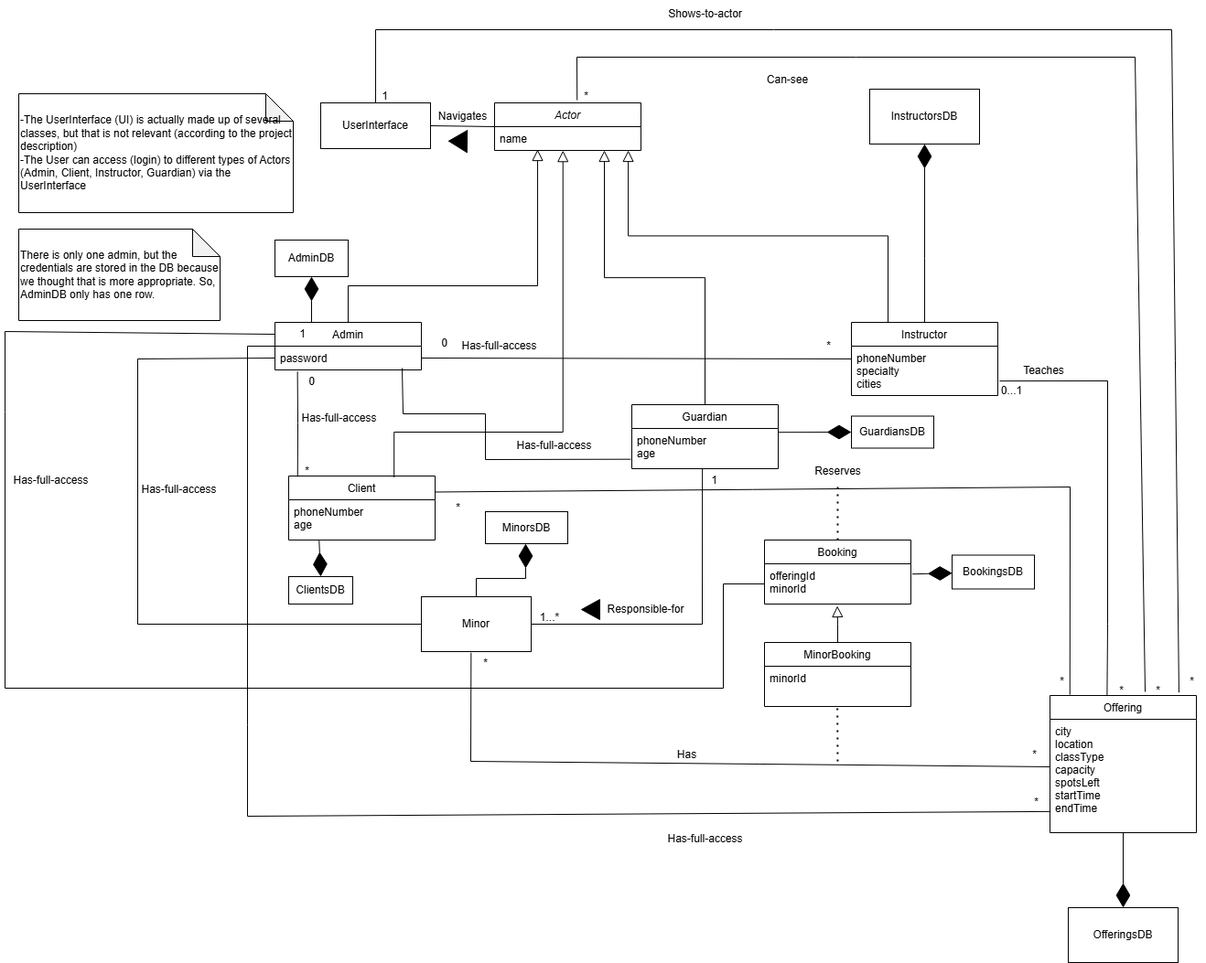
Earlier version of the draw.io export Artifacts/Domain Model.drawio.png (aleckira/SOEN_342_PROJECT). Source tidied: cells renumbered, new cells last; positions are measured from the earlier drawing's top-left corner, leaving out a move shared by most shapes.
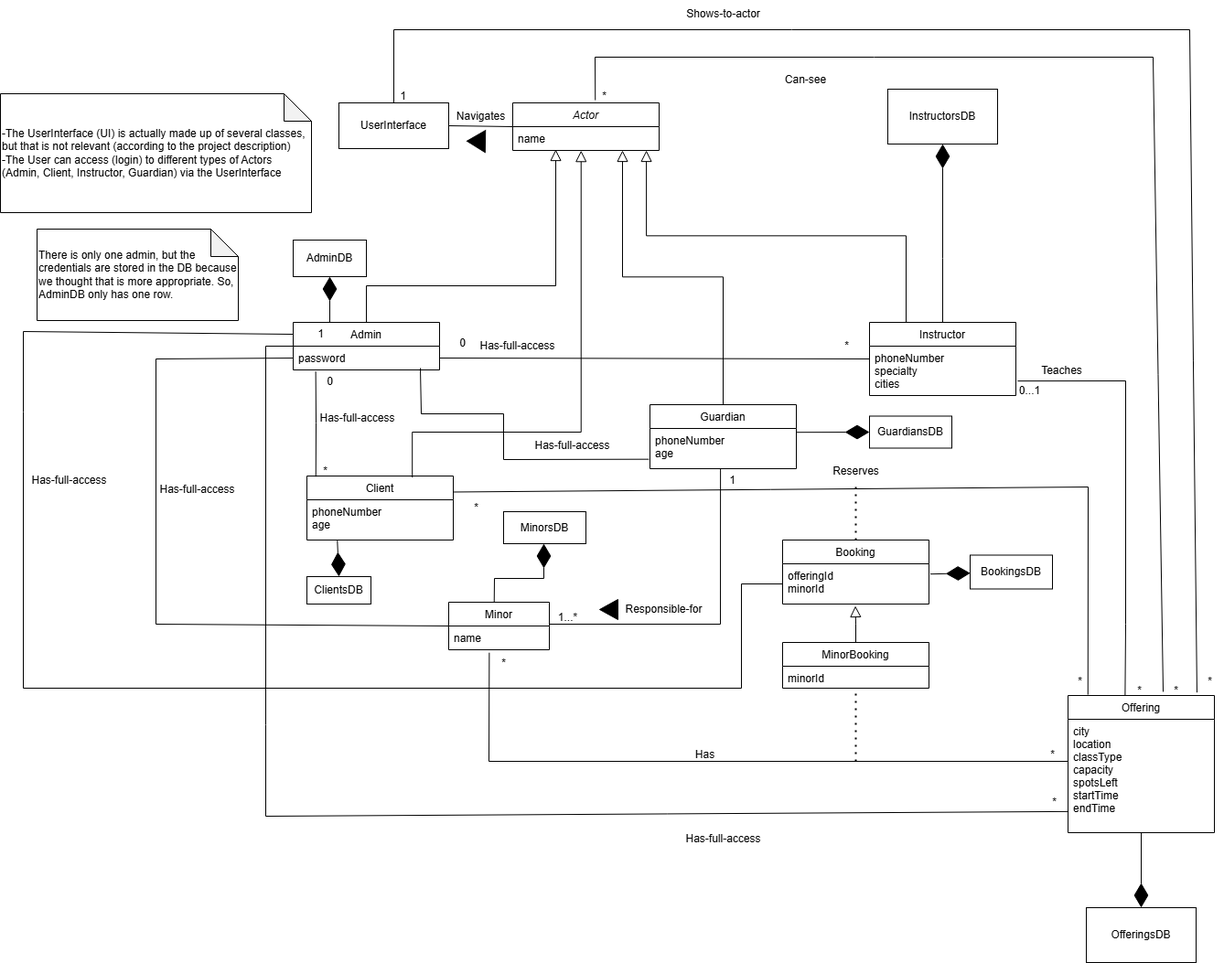
After the change.

Diff of the diagram source:
```diff
@@ -85,7 +85,7 @@
       <mxGeometry relative="1" as="geometry" />
     </mxCell>
     <mxCell id="25" value="&lt;div&gt;-The UserInterface (UI) is actually made up of several classes, but that is not relevant (according to the project description)&lt;/div&gt;-The User can access (login) to different types of Actors (Admin, Client, Instructor, Guardian) via the UserInterface" style="shape=note;whiteSpace=wrap;html=1;backgroundOutline=1;darkOpacity=0.05;align=left;" parent="1" vertex="1">
-      <mxGeometry x="20" y="102" width="300" height="130" as="geometry" />
+      <mxGeometry x="-20" y="102" width="340" height="130" as="geometry" />
     </mxCell>
     <mxCell id="26" value="AdminDB" style="rounded=0;whiteSpace=wrap;html=1;" parent="1" vertex="1">
       <mxGeometry x="300" y="262" width="80" height="40" as="geometry" />
@@ -166,10 +166,10 @@
       <mxGeometry y="26" width="160" height="44" as="geometry" />
     </mxCell>
     <mxCell id="47" value="MinorBooking" style="swimlane;fontStyle=0;align=center;verticalAlign=top;horizontal=1;startSize=26;rounded=0;shadow=0;strokeWidth=1;" parent="1" vertex="1">
-      <mxGeometry x="835" y="702" width="160" height="70" as="geometry" />
+      <mxGeometry x="835" y="702" width="160" height="50" as="geometry" />
     </mxCell>
     <mxCell id="48" value="minorId" style="text;align=left;verticalAlign=top;spacingLeft=4;spacingRight=4;overflow=hidden;" parent="47" vertex="1">
-      <mxGeometry y="26" width="160" height="44" as="geometry" />
+      <mxGeometry y="26" width="160" height="24" as="geometry" />
     </mxCell>
     <mxCell id="49" style="endArrow=block;endSize=10;endFill=0;shadow=0;strokeWidth=1;rounded=0;curved=0;edgeStyle=elbowEdgeStyle;elbow=vertical;" parent="47" edge="1">
       <mxGeometry relative="1" as="geometry">
@@ -216,11 +216,10 @@
         </Array>
       </mxGeometry>
     </mxCell>
-    <mxCell id="59" value="Minor" style="rounded=0;whiteSpace=wrap;html=1;" parent="1" vertex="1">
-      <mxGeometry x="460" y="652" width="120" height="60" as="geometry" />
-    </mxCell>
-    <mxCell id="60" style="endArrow=none;html=1;rounded=0;exitX=0.453;exitY=1.02;exitDx=0;exitDy=0;exitPerimeter=0;entryX=-0.002;entryY=0.456;entryDx=0;entryDy=0;entryPerimeter=0;" parent="1" edge="1" source="59" target="11">
+    <mxCell id="60" style="endArrow=none;html=1;rounded=0;exitX=0.453;exitY=1.02;exitDx=0;exitDy=0;exitPerimeter=0;" parent="1" edge="1">
       <mxGeometry relative="1" as="geometry">
+        <mxPoint x="514.4" y="713.2" as="sourcePoint" />
+        <mxPoint x="1147" y="832" as="targetPoint" />
         <Array as="points">
           <mxPoint x="514" y="832" />
         </Array>
@@ -235,7 +234,7 @@
     <mxCell id="63" style="endArrow=none;dashed=1;html=1;dashPattern=1 3;strokeWidth=2;rounded=0;" parent="1" edge="1">
       <mxGeometry relative="1" as="geometry">
         <mxPoint x="915" y="832" as="sourcePoint" />
-        <mxPoint x="914.7" y="772" as="targetPoint" />
+        <mxPoint x="915" y="755" as="targetPoint" />
       </mxGeometry>
     </mxCell>
     <mxCell id="64" value="Has" style="text;html=1;align=center;verticalAlign=middle;strokeColor=none;fillColor=none;" parent="1" vertex="1">
@@ -252,8 +251,9 @@
         <mxPoint x="660" y="164" as="targetPoint" />
       </mxGeometry>
     </mxCell>
-    <mxCell id="68" style="endArrow=none;html=1;rounded=0;exitX=1;exitY=0.5;exitDx=0;exitDy=0;entryX=0.482;entryY=0.992;entryDx=0;entryDy=0;entryPerimeter=0;" parent="1" edge="1" source="59" target="66">
+    <mxCell id="68" style="endArrow=none;html=1;rounded=0;exitX=1;exitY=0.5;exitDx=0;exitDy=0;entryX=0.482;entryY=0.992;entryDx=0;entryDy=0;entryPerimeter=0;" parent="1" edge="1" target="66">
       <mxGeometry relative="1" as="geometry">
+        <mxPoint x="580" y="682" as="sourcePoint" />
         <Array as="points">
           <mxPoint x="767" y="682" />
         </Array>
@@ -299,7 +299,7 @@
     <mxCell id="79" value="MinorsDB" style="rounded=0;whiteSpace=wrap;html=1;" parent="1" vertex="1">
       <mxGeometry x="530" y="559" width="90" height="35" as="geometry" />
     </mxCell>
-    <mxCell id="80" style="endArrow=diamondThin;endFill=1;endSize=24;html=1;rounded=0;entryX=0.5;entryY=1;entryDx=0;entryDy=0;exitX=0.5;exitY=0;exitDx=0;exitDy=0;" parent="1" edge="1" source="59">
+    <mxCell id="80" style="endArrow=diamondThin;endFill=1;endSize=24;html=1;rounded=0;entryX=0.5;entryY=1;entryDx=0;entryDy=0;exitX=0.452;exitY=0.006;exitDx=0;exitDy=0;exitPerimeter=0;" parent="1" edge="1" source="59">
       <mxGeometry relative="1" as="geometry">
         <mxPoint x="574" y="594" as="targetPoint" />
         <Array as="points">
@@ -352,5 +352,11 @@
     <mxCell id="88" value="Has-full-access" style="text;html=1;align=center;verticalAlign=middle;strokeColor=none;fillColor=none;" parent="1" vertex="1">
       <mxGeometry x="140" y="520" width="110" height="30" as="geometry" />
     </mxCell>
+    <mxCell id="59" value="Minor" style="swimlane;fontStyle=0;align=center;verticalAlign=top;horizontal=1;startSize=26;rounded=0;shadow=0;strokeWidth=1;" parent="1" vertex="1">
+      <mxGeometry x="470" y="658" width="110" height="52" as="geometry" />
+    </mxCell>
+    <mxCell id="89" value="name" style="text;align=left;verticalAlign=top;spacingLeft=4;spacingRight=4;overflow=hidden;" parent="59" vertex="1">
+      <mxGeometry y="26" width="110" height="14" as="geometry" />
+    </mxCell>
   </root>
 </mxGraphModel>
```
